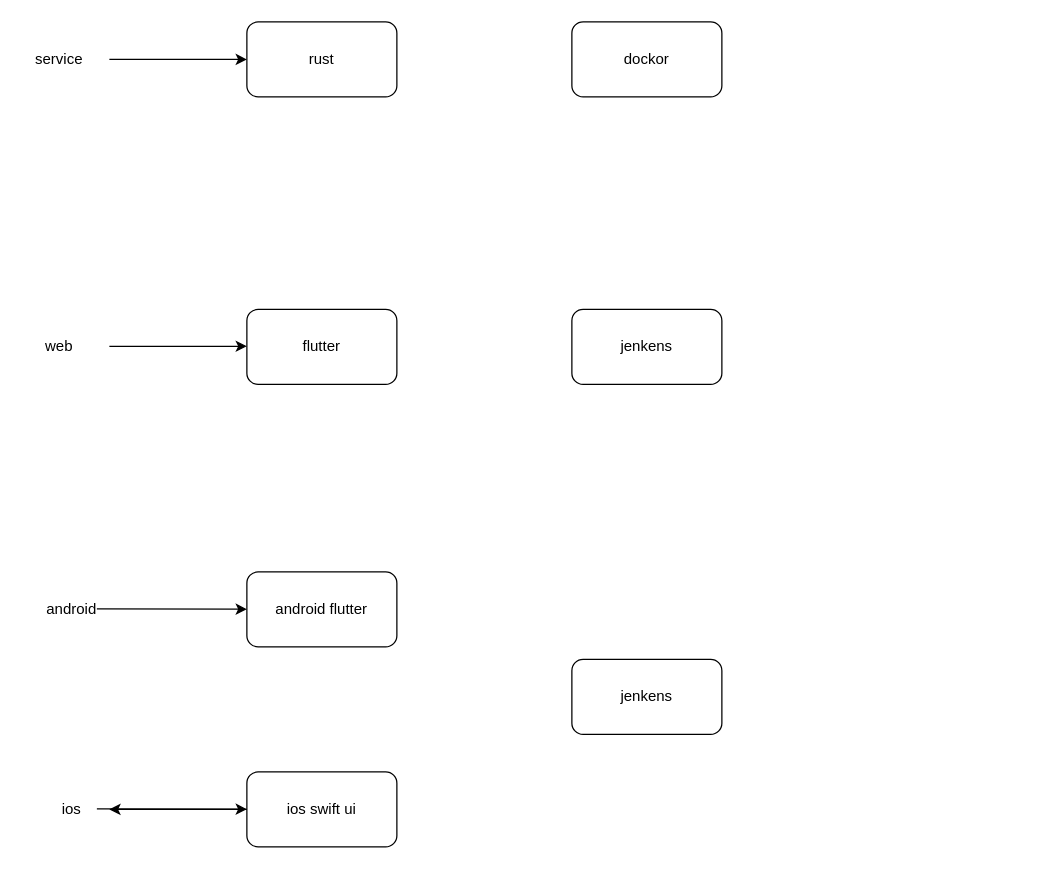
Before: computer/product_framwork.drawio in justkids2018/draw-framwork, a draw.io diagram. Source tidied: cells renumbered, new cells numbered last; positions are measured from the earlier drawing's top-left corner, leaving out a move shared by most shapes. Both pictures are drawn from the tidied source at 125%, with x=0, y=0 at pixel (21, 21).
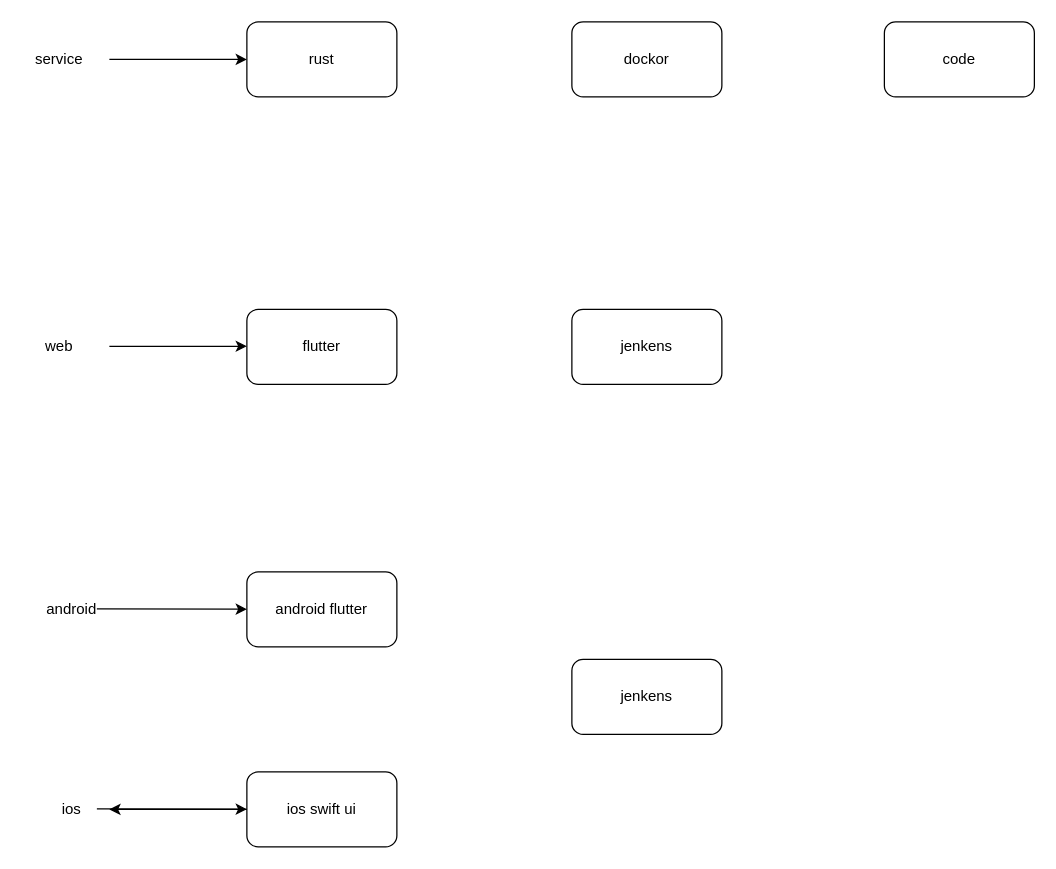
The same diagram, later.

The edit, as a diff of the source:
```diff
@@
+    <mxCell id="18" value="code" style="rounded=1;whiteSpace=wrap;html=1;" parent="1" vertex="1">
+      <mxGeometry x="690" width="120" height="60" as="geometry" />
+    </mxCell>
```
